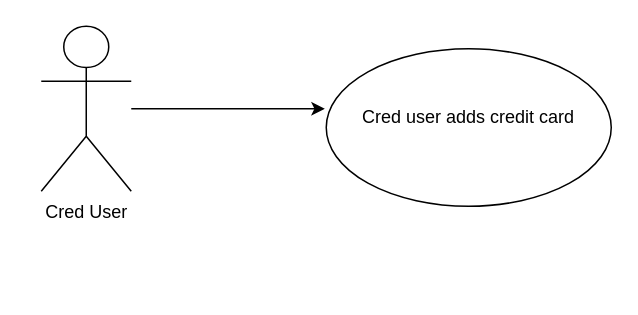
Earlier version of the draw.io diagram FuncReqSpecFigs Diagram.drawio (norsechurros/Diagrams). Source tidied: cells renumbered, new cells numbered last; positions are measured from the earlier drawing's top-left corner, leaving out a move shared by most shapes. Both pictures are drawn from the tidied source at 150%, with x=0, y=0 at pixel (40, 26).
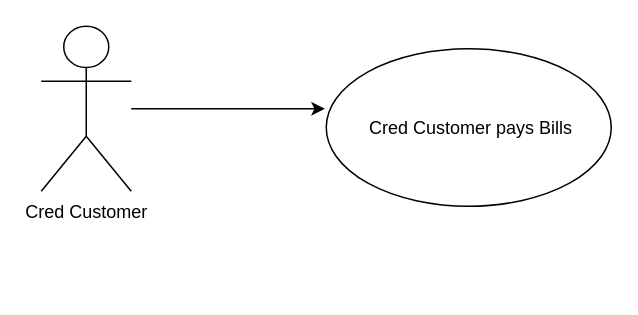
The same diagram, later.

The edit, as a diff of the source:
```diff
@@
 <mxGraphModel>
   <root>
     <mxCell id="0" />
     <mxCell id="1" parent="0" />
-    <mxCell id="2" value="&lt;div&gt;Cred User&lt;/div&gt;&lt;div&gt;&lt;br&gt;&lt;/div&gt;" style="shape=umlActor;verticalLabelPosition=bottom;verticalAlign=top;html=1;outlineConnect=0;" parent="1" vertex="1">
+    <mxCell id="2" value="&lt;div&gt;Cred Customer&lt;/div&gt;&lt;div&gt;&lt;br&gt;&lt;/div&gt;&lt;div&gt;&lt;br&gt;&lt;/div&gt;&lt;div&gt;&lt;br&gt;&lt;/div&gt;" style="shape=umlActor;verticalLabelPosition=bottom;verticalAlign=top;html=1;outlineConnect=0;" parent="1" vertex="1">
       <mxGeometry width="60" height="110" as="geometry" />
     </mxCell>
-    <mxCell id="3" value="&lt;div&gt;Cred user adds credit card&lt;/div&gt;&lt;div&gt;&lt;br&gt;&lt;/div&gt;" style="ellipse;whiteSpace=wrap;html=1;" parent="1" vertex="1">
+    <mxCell id="3" value="&amp;nbsp;Cred Customer pays Bills" style="ellipse;whiteSpace=wrap;html=1;" parent="1" vertex="1">
       <mxGeometry x="190" y="15" width="190" height="105" as="geometry" />
     </mxCell>
     <mxCell id="4" style="edgeStyle=orthogonalEdgeStyle;rounded=0;jettySize=auto;html=1;entryX=-0.005;entryY=0.381;entryDx=0;entryDy=0;entryPerimeter=0;" parent="1" edge="1" source="2" target="3">
       <mxGeometry relative="1" as="geometry" />
     </mxCell>
   </root>
 </mxGraphModel>
```
